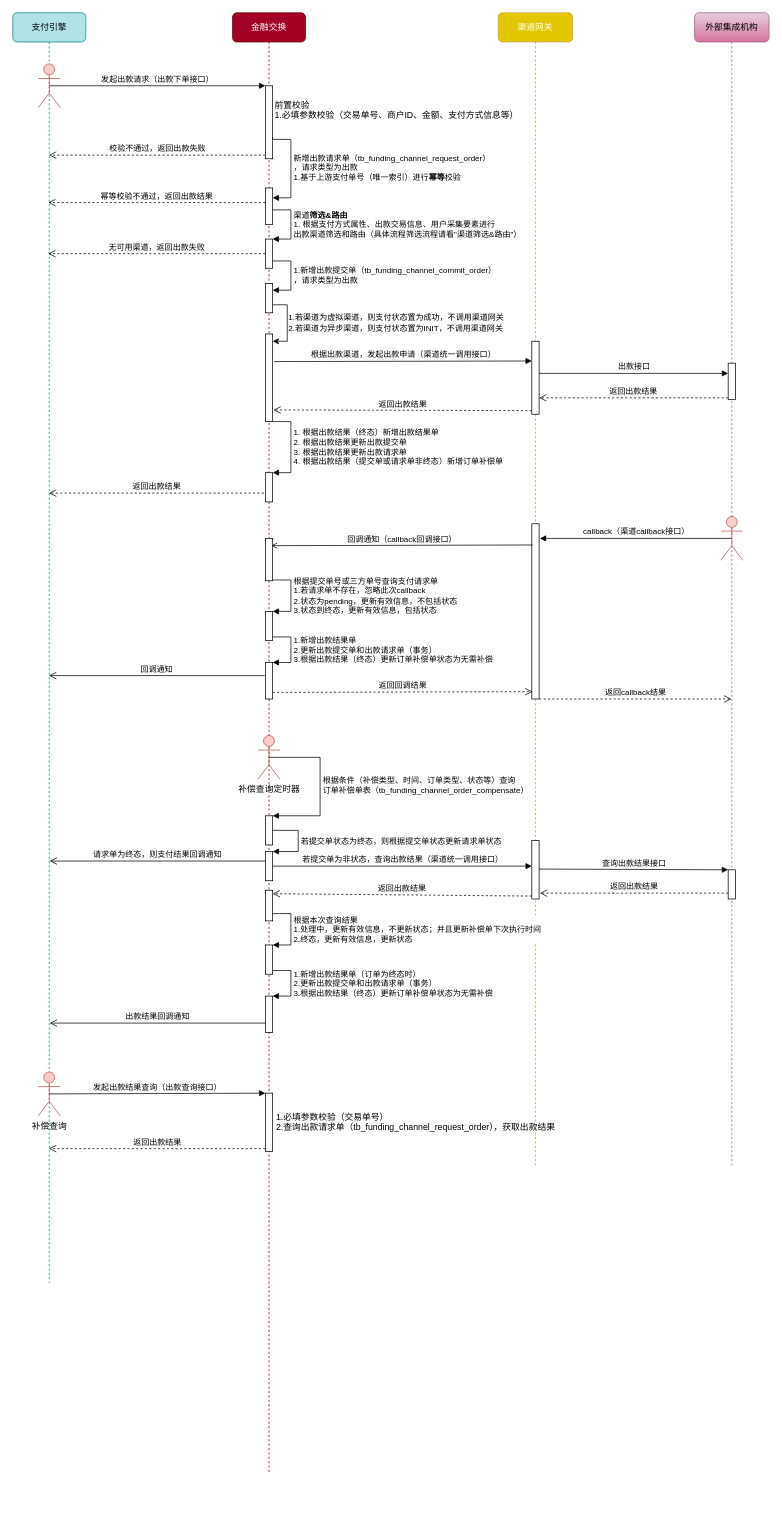
CatFei666/drawio_gallery keeps this draw.io diagram as page "出款流程" (2 of 3) of 渠道时序图v2.drawio. Above is the earlier version. Source tidied: cells renumbered, new cells numbered last; positions are measured from the earlier drawing's top-left corner, leaving out a move shared by most shapes. Both pictures are drawn from the tidied source at 73%, with x=0, y=0 at pixel (12, 12).
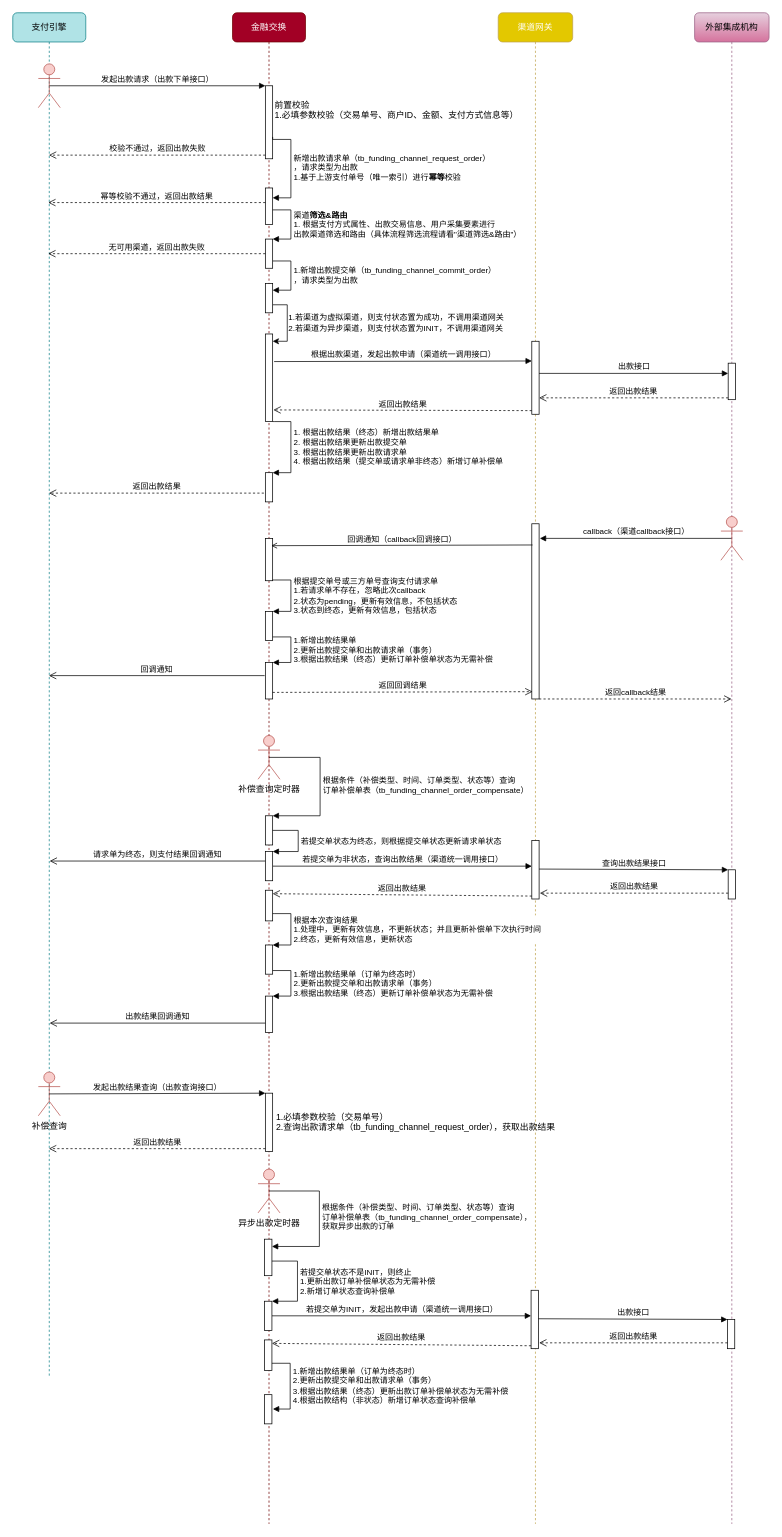
Above is the later version.

Commit message:
更新渠道时序图v2.drawio

Change to the diagram source:
```diff
@@
     <mxCell id="2" value="金融交换" style="shape=umlLifeline;perimeter=lifelinePerimeter;whiteSpace=wrap;html=1;rounded=1;shadow=0;glass=0;comic=0;sketch=0;strokeWidth=1;fontFamily=Verdana;fillColor=#a20025;strokeColor=#6F0000;fontColor=#ffffff;" parent="1" vertex="1">
-      <mxGeometry x="301" width="100" height="2000" as="geometry" />
+      <mxGeometry x="301" width="100" height="2070" as="geometry" />
     </mxCell>
@@
     <mxCell id="18" value="渠道网关" style="shape=umlLifeline;perimeter=lifelinePerimeter;whiteSpace=wrap;html=1;rounded=1;shadow=0;glass=0;comic=0;sketch=0;strokeWidth=1;fontFamily=Verdana;fillColor=#e3c800;fontColor=#ffffff;strokeColor=#BFA34D;" parent="1" vertex="1">
-      <mxGeometry x="665" width="102" height="1580" as="geometry" />
+      <mxGeometry x="665" width="102" height="2070" as="geometry" />
     </mxCell>
@@
     <mxCell id="22" value="外部集成机构" style="shape=umlLifeline;perimeter=lifelinePerimeter;whiteSpace=wrap;html=1;outlineConnect=0;rounded=1;shadow=0;glass=0;comic=0;sketch=0;strokeWidth=1;fontFamily=Verdana;gradientColor=#d5739d;fillColor=#e6d0de;strokeColor=#996185;" parent="1" vertex="1">
-      <mxGeometry x="934" width="102" height="1580" as="geometry" />
+      <mxGeometry x="934" width="102" height="2070" as="geometry" />
     </mxCell>
@@
     <mxCell id="38" value="支付引擎" style="shape=umlLifeline;perimeter=lifelinePerimeter;whiteSpace=wrap;html=1;outlineConnect=0;rounded=1;shadow=0;glass=0;comic=0;sketch=0;strokeWidth=1;fontFamily=Verdana;fillColor=#b0e3e6;strokeColor=#0e8088;" parent="1" vertex="1">
-      <mxGeometry width="100" height="1740" as="geometry" />
+      <mxGeometry width="100" height="1870" as="geometry" />
     </mxCell>
@@
+    <mxCell id="65" style="html=1;points=[];perimeter=orthogonalPerimeter;strokeWidth=1;" parent="1" vertex="1">
+      <mxGeometry x="345" y="1818" width="10" height="42" as="geometry" />
+    </mxCell>
+    <mxCell id="66" style="html=1;points=[];perimeter=orthogonalPerimeter;strokeWidth=1;" parent="1" vertex="1">
+      <mxGeometry x="710" y="1750" width="10" height="80" as="geometry" />
+    </mxCell>
+    <mxCell id="67" style="html=1;points=[];perimeter=orthogonalPerimeter;strokeWidth=1;" parent="1" vertex="1">
+      <mxGeometry x="979" y="1790" width="10" height="40" as="geometry" />
+    </mxCell>
+    <mxCell id="68" value="&lt;span style=&quot;text-align: left&quot;&gt;若提交单为INIT，&lt;/span&gt;发起出款申请（渠道统一调用接口）" style="html=1;verticalAlign=bottom;endArrow=block;" parent="1" edge="1" source="77" target="66">
+      <mxGeometry relative="1" as="geometry" />
+    </mxCell>
+    <mxCell id="69" value="返回出款结果" style="html=1;verticalAlign=bottom;endArrow=open;dashed=1;endSize=8;exitX=0;exitY=0.95;entryX=1;entryY=0.113;entryDx=0;entryDy=0;entryPerimeter=0;" parent="1" edge="1" source="66" target="65">
+      <mxGeometry relative="1" as="geometry" />
+    </mxCell>
+    <mxCell id="70" value="出款接口" style="html=1;verticalAlign=bottom;endArrow=block;entryX=0;entryY=0;exitX=1;exitY=0.238;exitDx=0;exitDy=0;exitPerimeter=0;" parent="1" edge="1" target="67">
+      <mxGeometry relative="1" as="geometry">
+        <mxPoint x="720" y="1789" as="sourcePoint" />
+      </mxGeometry>
+    </mxCell>
+    <mxCell id="71" value="返回出款结果" style="html=1;verticalAlign=bottom;endArrow=open;dashed=1;endSize=8;entryX=1.1;entryY=0.65;entryDx=0;entryDy=0;entryPerimeter=0;" parent="1" edge="1" source="67">
+      <mxGeometry relative="1" as="geometry">
+        <mxPoint x="721" y="1822" as="targetPoint" />
+      </mxGeometry>
+    </mxCell>
+    <mxCell id="72" style="html=1;points=[];perimeter=orthogonalPerimeter;" parent="1" vertex="1">
+      <mxGeometry x="345" y="1893" width="10" height="40" as="geometry" />
+    </mxCell>
+    <mxCell id="73" value="1.新增出款结果单（订单为终态时）&lt;br&gt;2.更新出款提交单和出款请求单（事务）&lt;br&gt;3.根据出款结果（终态）更新出款订单补偿单状态为无需补偿&lt;br&gt;4.根据出款结构（非状态）新增订单状态查询补偿单" style="edgeStyle=orthogonalEdgeStyle;html=1;align=left;spacingLeft=2;endArrow=block;rounded=0;entryX=1.133;entryY=0.492;entryDx=0;entryDy=0;entryPerimeter=0;" parent="1" edge="1" target="72">
+      <mxGeometry relative="1" as="geometry">
+        <mxPoint x="355" y="1850" as="sourcePoint" />
+        <Array as="points">
+          <mxPoint x="380" y="1850" />
+          <mxPoint x="380" y="1913" />
+        </Array>
+      </mxGeometry>
+    </mxCell>
+    <mxCell id="74" value="异步出款定时器" style="shape=umlActor;verticalLabelPosition=bottom;verticalAlign=top;html=1;strokeWidth=1;fillColor=#f8cecc;strokeColor=#b85450;" parent="1" vertex="1">
+      <mxGeometry x="336" y="1584" width="30" height="60" as="geometry" />
+    </mxCell>
+    <mxCell id="75" style="html=1;points=[];perimeter=orthogonalPerimeter;" parent="1" vertex="1">
+      <mxGeometry x="345" y="1680" width="10" height="50" as="geometry" />
+    </mxCell>
+    <mxCell id="76" value="根据条件（补偿类型、时间、订单类型、状态等）查询&lt;br&gt;订单补偿单表（tb_funding_channel_order_compensate），&lt;br&gt;获取异步出款的订单" style="edgeStyle=orthogonalEdgeStyle;html=1;align=left;spacingLeft=2;endArrow=block;rounded=0;exitX=0.5;exitY=0.5;exitDx=0;exitDy=0;exitPerimeter=0;" parent="1" edge="1" source="74" target="75">
+      <mxGeometry relative="1" as="geometry">
+        <Array as="points">
+          <mxPoint x="420" y="1614" />
+          <mxPoint x="420" y="1690" />
+        </Array>
+      </mxGeometry>
+    </mxCell>
+    <mxCell id="77" style="html=1;points=[];perimeter=orthogonalPerimeter;" parent="1" vertex="1">
+      <mxGeometry x="345" y="1765" width="10" height="40" as="geometry" />
+    </mxCell>
+    <mxCell id="78" value="若提交单状态不是INIT，则终止&lt;br&gt;1.更新出款订单补偿单状态为无需补偿&lt;br&gt;2.新增订单状态查询补偿单" style="edgeStyle=orthogonalEdgeStyle;html=1;align=left;spacingLeft=2;endArrow=block;rounded=0;entryX=1;entryY=0;" parent="1" edge="1" source="75" target="77">
+      <mxGeometry relative="1" as="geometry">
+        <Array as="points">
+          <mxPoint x="390" y="1710" />
+          <mxPoint x="390" y="1765" />
+        </Array>
+      </mxGeometry>
+    </mxCell>
```
